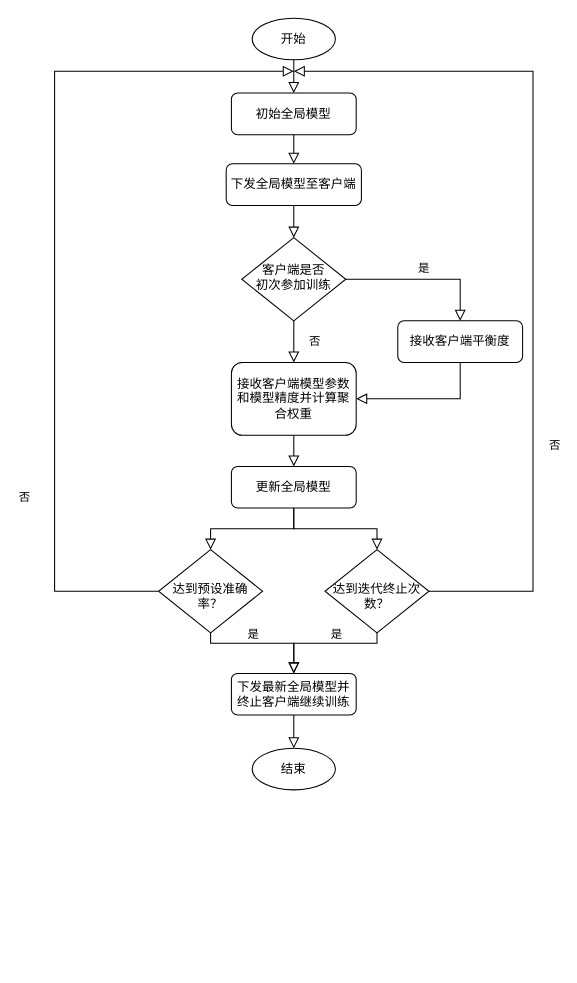
Before: page "图1" (1 of 2) of 流程图 的副本.drawio in xxzuo/drwa_io_repository, a draw.io diagram. Source tidied: cells renumbered, new cells numbered last; positions are measured from the earlier drawing's top-left corner, leaving out a move shared by most shapes. Both pictures are drawn from the tidied source at 104%, with x=0, y=0 at pixel (54, 18).
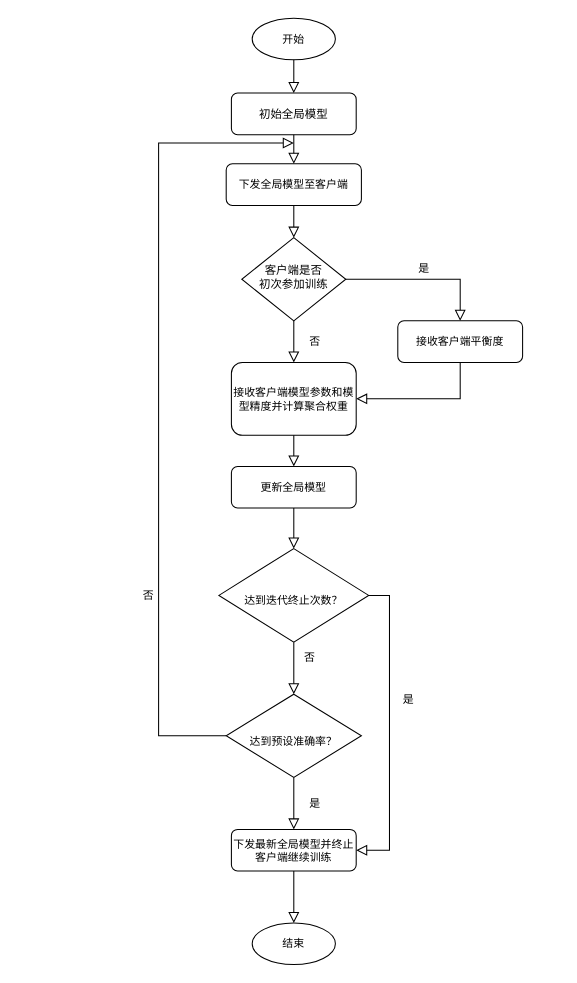
After the change.

Diff of the diagram source:
```diff
@@
-    <mxCell id="2" value="初始全局模型" style="rounded=1;whiteSpace=wrap;html=1;fontSize=12;glass=0;strokeWidth=1;shadow=0;" parent="1" vertex="1">
+    <mxCell id="2" value="&lt;font style=&quot;font-size: 11px;&quot;&gt;初始全局模型&lt;/font&gt;" style="rounded=1;whiteSpace=wrap;html=1;fontSize=10.5;glass=0;strokeWidth=1;shadow=0;" parent="1" vertex="1">
       <mxGeometry x="170" y="72" width="120" height="40" as="geometry" />
     </mxCell>
-    <mxCell id="3" value="否" style="rounded=0;html=1;jettySize=auto;fontSize=11;endArrow=block;endFill=0;endSize=8;strokeWidth=1;shadow=0;labelBackgroundColor=none;edgeStyle=orthogonalEdgeStyle;entryX=0.5;entryY=0;entryDx=0;entryDy=0;" parent="1" edge="1" source="5" target="13">
+    <mxCell id="3" value="否" style="rounded=0;html=1;jettySize=auto;fontSize=10.5;endArrow=block;endFill=0;endSize=8;strokeWidth=1;shadow=0;labelBackgroundColor=none;edgeStyle=orthogonalEdgeStyle;entryX=0.5;entryY=0;entryDx=0;entryDy=0;" parent="1" edge="1" source="5" target="13">
       <mxGeometry y="20" relative="1" as="geometry" />
     </mxCell>
-    <mxCell id="4" value="是" style="edgeStyle=orthogonalEdgeStyle;rounded=0;html=1;jettySize=auto;fontSize=11;endArrow=block;endFill=0;endSize=8;strokeWidth=1;shadow=0;labelBackgroundColor=none;entryX=0.5;entryY=0;entryDx=0;entryDy=0;" parent="1" edge="1" source="5" target="12">
+    <mxCell id="4" value="是" style="edgeStyle=orthogonalEdgeStyle;rounded=0;html=1;jettySize=auto;fontSize=10.5;endArrow=block;endFill=0;endSize=8;strokeWidth=1;shadow=0;labelBackgroundColor=none;entryX=0.5;entryY=0;entryDx=0;entryDy=0;" parent="1" edge="1" source="5" target="12">
       <mxGeometry y="10" relative="1" as="geometry" />
     </mxCell>
-    <mxCell id="5" value="客户端是否&lt;br&gt;初次参加训练" style="rhombus;whiteSpace=wrap;html=1;shadow=0;fontFamily=Helvetica;fontSize=12;align=center;strokeWidth=1;spacing=6;spacingTop=-4;" parent="1" vertex="1">
+    <mxCell id="5" value="&lt;font style=&quot;font-size: 11px;&quot;&gt;客户端是否&lt;br style=&quot;font-size: 11px;&quot;&gt;初次参加训练&lt;/font&gt;" style="rhombus;whiteSpace=wrap;html=1;shadow=0;fontFamily=Helvetica;fontSize=10.5;align=center;strokeWidth=1;spacing=6;spacingTop=-4;" parent="1" vertex="1">
       <mxGeometry x="180" y="211" width="100" height="80" as="geometry" />
     </mxCell>
-    <mxCell id="6" value="开始" style="ellipse;whiteSpace=wrap;html=1;" parent="1" vertex="1">
+    <mxCell id="6" value="&lt;font style=&quot;font-size: 10.5px;&quot;&gt;开始&lt;/font&gt;" style="ellipse;whiteSpace=wrap;html=1;fontSize=10.5;" parent="1" vertex="1">
       <mxGeometry x="190" width="80" height="40" as="geometry" />
     </mxCell>
-    <mxCell id="7" style="rounded=0;html=1;jettySize=auto;fontSize=11;endArrow=block;endFill=0;endSize=8;strokeWidth=1;shadow=0;labelBackgroundColor=none;edgeStyle=orthogonalEdgeStyle;entryX=0.5;entryY=0;entryDx=0;entryDy=0;exitX=0.5;exitY=1;exitDx=0;exitDy=0;" parent="1" edge="1" source="6" target="2">
+    <mxCell id="7" style="rounded=0;html=1;jettySize=auto;fontSize=10.5;endArrow=block;endFill=0;endSize=8;strokeWidth=1;shadow=0;labelBackgroundColor=none;edgeStyle=orthogonalEdgeStyle;entryX=0.5;entryY=0;entryDx=0;entryDy=0;exitX=0.5;exitY=1;exitDx=0;exitDy=0;" parent="1" edge="1" source="6" target="2">
       <mxGeometry relative="1" as="geometry" />
     </mxCell>
-    <mxCell id="8" value="下发全局模型至客户端" style="rounded=1;whiteSpace=wrap;html=1;fontSize=12;glass=0;strokeWidth=1;shadow=0;" parent="1" vertex="1">
+    <mxCell id="8" value="下发全局模型至客户端" style="rounded=1;whiteSpace=wrap;html=1;fontSize=10.5;glass=0;strokeWidth=1;shadow=0;" parent="1" vertex="1">
       <mxGeometry x="165" y="140" width="130" height="40" as="geometry" />
     </mxCell>
-    <mxCell id="9" style="rounded=0;html=1;jettySize=auto;fontSize=11;endArrow=block;endFill=0;endSize=8;strokeWidth=1;shadow=0;labelBackgroundColor=none;edgeStyle=orthogonalEdgeStyle;exitX=0.5;exitY=1;exitDx=0;exitDy=0;entryX=0.5;entryY=0;entryDx=0;entryDy=0;" parent="1" edge="1" source="2" target="8">
+    <mxCell id="9" style="rounded=0;html=1;jettySize=auto;fontSize=10.5;endArrow=block;endFill=0;endSize=8;strokeWidth=1;shadow=0;labelBackgroundColor=none;edgeStyle=orthogonalEdgeStyle;exitX=0.5;exitY=1;exitDx=0;exitDy=0;entryX=0.5;entryY=0;entryDx=0;entryDy=0;" parent="1" edge="1" source="2" target="8">
       <mxGeometry relative="1" as="geometry" />
     </mxCell>
-    <mxCell id="10" style="rounded=0;html=1;jettySize=auto;fontSize=11;endArrow=block;endFill=0;endSize=8;strokeWidth=1;shadow=0;labelBackgroundColor=none;edgeStyle=orthogonalEdgeStyle;exitX=0.5;exitY=1;exitDx=0;exitDy=0;entryX=0.5;entryY=0;entryDx=0;entryDy=0;" parent="1" edge="1" source="8" target="5">
+    <mxCell id="10" style="rounded=0;html=1;jettySize=auto;fontSize=10.5;endArrow=block;endFill=0;endSize=8;strokeWidth=1;shadow=0;labelBackgroundColor=none;edgeStyle=orthogonalEdgeStyle;exitX=0.5;exitY=1;exitDx=0;exitDy=0;entryX=0.5;entryY=0;entryDx=0;entryDy=0;" parent="1" edge="1" source="8" target="5">
       <mxGeometry relative="1" as="geometry" />
     </mxCell>
-    <mxCell id="11" style="edgeStyle=orthogonalEdgeStyle;rounded=0;jettySize=auto;html=1;exitX=0.5;exitY=1;exitDx=0;exitDy=0;entryX=1;entryY=0.5;entryDx=0;entryDy=0;labelBackgroundColor=none;endArrow=block;endFill=0;endSize=8;strokeWidth=1;shadow=0;" parent="1" edge="1" source="12" target="13">
+    <mxCell id="11" style="edgeStyle=orthogonalEdgeStyle;rounded=0;jettySize=auto;html=1;exitX=0.5;exitY=1;exitDx=0;exitDy=0;entryX=1;entryY=0.5;entryDx=0;entryDy=0;labelBackgroundColor=none;endArrow=block;endFill=0;endSize=8;strokeWidth=1;shadow=0;fontSize=10.5;" parent="1" edge="1" source="12" target="13">
       <mxGeometry relative="1" as="geometry" />
     </mxCell>
-    <mxCell id="12" value="接收客户端平衡度" style="rounded=1;whiteSpace=wrap;html=1;fontSize=12;glass=0;strokeWidth=1;shadow=0;" parent="1" vertex="1">
+    <mxCell id="12" value="接收客户端平衡度" style="rounded=1;whiteSpace=wrap;html=1;fontSize=10.5;glass=0;strokeWidth=1;shadow=0;" parent="1" vertex="1">
       <mxGeometry x="330" y="291" width="120" height="40" as="geometry" />
     </mxCell>
-    <mxCell id="13" value="接收客户端模型参数和模型精度并计算聚合权重" style="rounded=1;whiteSpace=wrap;html=1;fontSize=12;glass=0;strokeWidth=1;shadow=0;" parent="1" vertex="1">
+    <mxCell id="13" value="接收客户端模型参数和模型精度并计算聚合权重" style="rounded=1;whiteSpace=wrap;html=1;fontSize=10.5;glass=0;strokeWidth=1;shadow=0;" parent="1" vertex="1">
       <mxGeometry x="170" y="331" width="120" height="70" as="geometry" />
     </mxCell>
+    <mxCell id="31" style="edgeStyle=orthogonalEdgeStyle;rounded=0;jettySize=auto;html=1;exitX=0.5;exitY=1;exitDx=0;exitDy=0;entryX=0.5;entryY=0;entryDx=0;entryDy=0;endSize=8;endArrow=block;endFill=0;fontSize=10.5;" parent="1" edge="1" source="14" target="25">
+      <mxGeometry relative="1" as="geometry" />
+    </mxCell>
-    <mxCell id="14" value="更新全局模型" style="rounded=1;whiteSpace=wrap;html=1;fontSize=12;glass=0;strokeWidth=1;shadow=0;" parent="1" vertex="1">
+    <mxCell id="14" value="更新全局模型" style="rounded=1;whiteSpace=wrap;html=1;fontSize=10.5;glass=0;strokeWidth=1;shadow=0;" parent="1" vertex="1">
       <mxGeometry x="170" y="431" width="120" height="40" as="geometry" />
     </mxCell>
-    <mxCell id="15" style="rounded=0;html=1;jettySize=auto;fontSize=11;endArrow=block;endFill=0;endSize=8;strokeWidth=1;shadow=0;labelBackgroundColor=none;edgeStyle=orthogonalEdgeStyle;entryX=0.5;entryY=0;entryDx=0;entryDy=0;exitX=0.5;exitY=1;exitDx=0;exitDy=0;" parent="1" edge="1" source="13" target="14">
+    <mxCell id="15" style="rounded=0;html=1;jettySize=auto;fontSize=10.5;endArrow=block;endFill=0;endSize=8;strokeWidth=1;shadow=0;labelBackgroundColor=none;edgeStyle=orthogonalEdgeStyle;entryX=0.5;entryY=0;entryDx=0;entryDy=0;exitX=0.5;exitY=1;exitDx=0;exitDy=0;" parent="1" edge="1" source="13" target="14">
       <mxGeometry relative="1" as="geometry" />
     </mxCell>
-    <mxCell id="16" style="edgeStyle=orthogonalEdgeStyle;rounded=0;jettySize=auto;html=1;exitX=0.5;exitY=1;exitDx=0;exitDy=0;entryX=0.5;entryY=0;entryDx=0;entryDy=0;labelBackgroundColor=none;endArrow=block;endFill=0;endSize=8;strokeWidth=1;shadow=0;" parent="1" edge="1" source="20" target="28">
-      <mxGeometry relative="1" as="geometry">
-        <Array as="points">
-          <mxPoint x="150" y="601" />
-          <mxPoint x="230" y="601" />
-        </Array>
-      </mxGeometry>
+    <mxCell id="16" style="edgeStyle=orthogonalEdgeStyle;rounded=0;jettySize=auto;html=1;exitX=0.5;exitY=1;exitDx=0;exitDy=0;entryX=0.5;entryY=0;entryDx=0;entryDy=0;endSize=8;endArrow=block;endFill=0;fontSize=10.5;" parent="1" edge="1" source="20" target="28">
+      <mxGeometry relative="1" as="geometry" />
     </mxCell>
-    <mxCell id="17" value="是" style="edgeLabel;html=1;align=center;verticalAlign=middle;" parent="16" vertex="1">
-      <mxGeometry x="-0.02" relative="1" as="geometry">
-        <mxPoint x="-8" y="-10" as="offset" />
-      </mxGeometry>
-    </mxCell>
-    <mxCell id="18" style="edgeStyle=orthogonalEdgeStyle;rounded=0;jettySize=auto;html=1;exitX=0;exitY=0.5;exitDx=0;exitDy=0;labelBackgroundColor=none;endArrow=block;endFill=0;endSize=8;strokeWidth=1;shadow=0;" parent="1" edge="1" source="20">
-      <mxGeometry relative="1" as="geometry">
-        <mxPoint x="230" y="51" as="targetPoint" />
-        <Array as="points">
-          <mxPoint y="551" />
-          <mxPoint y="51" />
-        </Array>
-      </mxGeometry>
-    </mxCell>
-    <mxCell id="19" value="否" style="edgeLabel;html=1;align=center;verticalAlign=middle;" parent="18" vertex="1">
-      <mxGeometry x="-0.5" y="-2" relative="1" as="geometry">
-        <mxPoint x="-32" y="17" as="offset" />
-      </mxGeometry>
-    </mxCell>
+    <mxCell id="32" style="edgeStyle=orthogonalEdgeStyle;rounded=0;jettySize=auto;html=1;exitX=0;exitY=0.5;exitDx=0;exitDy=0;endSize=8;endArrow=block;endFill=0;fontSize=10.5;" parent="1" edge="1" source="20">
+      <mxGeometry relative="1" as="geometry">
+        <mxPoint x="230" y="120" as="targetPoint" />
+        <Array as="points">
+          <mxPoint x="100" y="690" />
+          <mxPoint x="100" y="120" />
+        </Array>
+      </mxGeometry>
+    </mxCell>
-    <mxCell id="20" value="&lt;br&gt;达到预设准确率？" style="rhombus;whiteSpace=wrap;html=1;shadow=0;fontFamily=Helvetica;fontSize=12;align=center;strokeWidth=1;spacing=6;spacingTop=-4;" parent="1" vertex="1">
-      <mxGeometry x="100" y="511" width="100" height="80" as="geometry" />
+    <mxCell id="20" value="&lt;br style=&quot;font-size: 10.5px;&quot;&gt;达到预设准确率？" style="rhombus;whiteSpace=wrap;html=1;shadow=0;fontFamily=Helvetica;fontSize=10.5;align=center;strokeWidth=1;spacing=6;spacingTop=-4;" parent="1" vertex="1">
+      <mxGeometry x="165" y="650" width="130" height="80" as="geometry" />
     </mxCell>
+    <mxCell id="33" style="edgeStyle=orthogonalEdgeStyle;rounded=0;jettySize=auto;html=1;exitX=0.5;exitY=1;exitDx=0;exitDy=0;entryX=0.5;entryY=0;entryDx=0;entryDy=0;endArrow=block;endFill=0;endSize=8;fontSize=10.5;" parent="1" edge="1" source="25" target="20">
+      <mxGeometry relative="1" as="geometry" />
+    </mxCell>
-    <mxCell id="21" style="edgeStyle=orthogonalEdgeStyle;rounded=0;jettySize=auto;html=1;exitX=0.5;exitY=1;exitDx=0;exitDy=0;entryX=0.5;entryY=0;entryDx=0;entryDy=0;labelBackgroundColor=none;endArrow=block;endFill=0;endSize=8;strokeWidth=1;shadow=0;" parent="1" edge="1" source="25" target="28">
-      <mxGeometry relative="1" as="geometry">
-        <Array as="points">
-          <mxPoint x="310" y="601" />
-          <mxPoint x="230" y="601" />
-        </Array>
-      </mxGeometry>
+    <mxCell id="21" style="edgeStyle=orthogonalEdgeStyle;rounded=0;jettySize=auto;html=1;exitX=1;exitY=0.5;exitDx=0;exitDy=0;entryX=1;entryY=0.5;entryDx=0;entryDy=0;endArrow=block;endFill=0;endSize=8;fontSize=10.5;" parent="1" edge="1" source="25" target="28">
+      <mxGeometry relative="1" as="geometry" />
     </mxCell>
-    <mxCell id="22" value="是" style="edgeLabel;html=1;align=center;verticalAlign=middle;" parent="21" vertex="1">
-      <mxGeometry x="-0.04" y="-2" relative="1" as="geometry">
-        <mxPoint x="7" y="-8" as="offset" />
-      </mxGeometry>
-    </mxCell>
-    <mxCell id="23" style="edgeStyle=orthogonalEdgeStyle;rounded=0;jettySize=auto;html=1;exitX=1;exitY=0.5;exitDx=0;exitDy=0;labelBackgroundColor=none;endArrow=block;endFill=0;endSize=8;strokeWidth=1;shadow=0;" parent="1" edge="1" source="25">
-      <mxGeometry relative="1" as="geometry">
-        <mxPoint x="230" y="51" as="targetPoint" />
-        <Array as="points">
-          <mxPoint x="460" y="551" />
-          <mxPoint x="460" y="51" />
-        </Array>
-      </mxGeometry>
-    </mxCell>
-    <mxCell id="24" value="否" style="edgeLabel;html=1;align=center;verticalAlign=middle;" parent="23" vertex="1">
-      <mxGeometry x="-0.01" y="1" relative="1" as="geometry">
-        <mxPoint x="21" y="170" as="offset" />
-      </mxGeometry>
-    </mxCell>
-    <mxCell id="25" value="&lt;br&gt;达到迭代终止次数？" style="rhombus;whiteSpace=wrap;html=1;shadow=0;fontFamily=Helvetica;fontSize=12;align=center;strokeWidth=1;spacing=6;spacingTop=-4;" parent="1" vertex="1">
-      <mxGeometry x="260" y="511" width="100" height="80" as="geometry" />
+    <mxCell id="25" value="&lt;br style=&quot;font-size: 10.5px;&quot;&gt;达到迭代终止次数？" style="rhombus;whiteSpace=wrap;html=1;shadow=0;fontFamily=Helvetica;fontSize=10.5;align=center;strokeWidth=1;spacing=6;spacingTop=-4;" parent="1" vertex="1">
+      <mxGeometry x="158" y="510" width="144" height="90" as="geometry" />
     </mxCell>
-    <mxCell id="26" style="rounded=0;html=1;jettySize=auto;fontSize=11;endArrow=block;endFill=0;endSize=8;strokeWidth=1;shadow=0;labelBackgroundColor=none;edgeStyle=orthogonalEdgeStyle;entryX=0.5;entryY=0;entryDx=0;entryDy=0;" parent="1" edge="1" target="20">
-      <mxGeometry relative="1" as="geometry">
-        <mxPoint x="229.9" y="471" as="sourcePoint" />
-        <Array as="points">
-          <mxPoint x="230" y="491" />
-          <mxPoint x="150" y="491" />
-        </Array>
-      </mxGeometry>
-    </mxCell>
-    <mxCell id="27" style="rounded=0;html=1;jettySize=auto;fontSize=11;endArrow=block;endFill=0;endSize=8;strokeWidth=1;shadow=0;labelBackgroundColor=none;edgeStyle=orthogonalEdgeStyle;entryX=0.5;entryY=0;entryDx=0;entryDy=0;" parent="1" edge="1" target="25">
-      <mxGeometry relative="1" as="geometry">
-        <mxPoint x="230" y="471" as="sourcePoint" />
-        <Array as="points">
-          <mxPoint x="230" y="491" />
-          <mxPoint x="310" y="491" />
-        </Array>
-      </mxGeometry>
-    </mxCell>
-    <mxCell id="28" value="下发最新全局模型并终止客户端继续训练" style="rounded=1;whiteSpace=wrap;html=1;fontSize=12;glass=0;strokeWidth=1;shadow=0;" parent="1" vertex="1">
-      <mxGeometry x="170" y="630" width="120" height="40" as="geometry" />
+    <mxCell id="28" value="下发最新全局模型并终止客户端继续训练" style="rounded=1;whiteSpace=wrap;html=1;fontSize=10.5;glass=0;strokeWidth=1;shadow=0;" parent="1" vertex="1">
+      <mxGeometry x="170" y="780" width="120" height="40" as="geometry" />
     </mxCell>
-    <mxCell id="29" value="结束" style="ellipse;whiteSpace=wrap;html=1;" parent="1" vertex="1">
-      <mxGeometry x="190" y="702" width="80" height="40" as="geometry" />
+    <mxCell id="29" value="结束" style="ellipse;whiteSpace=wrap;html=1;fontSize=10.5;" parent="1" vertex="1">
+      <mxGeometry x="190" y="870" width="80" height="40" as="geometry" />
     </mxCell>
-    <mxCell id="30" style="rounded=0;html=1;jettySize=auto;fontSize=11;endArrow=block;endFill=0;endSize=8;strokeWidth=1;shadow=0;labelBackgroundColor=none;edgeStyle=orthogonalEdgeStyle;entryX=0.5;entryY=0;entryDx=0;entryDy=0;exitX=0.5;exitY=1;exitDx=0;exitDy=0;" parent="1" edge="1" source="28" target="29">
+    <mxCell id="30" style="rounded=0;html=1;jettySize=auto;fontSize=10.5;endArrow=block;endFill=0;endSize=8;strokeWidth=1;shadow=0;labelBackgroundColor=none;edgeStyle=orthogonalEdgeStyle;entryX=0.5;entryY=0;entryDx=0;entryDy=0;exitX=0.5;exitY=1;exitDx=0;exitDy=0;" parent="1" edge="1" source="28" target="29">
       <mxGeometry relative="1" as="geometry" />
     </mxCell>
+    <mxCell id="34" value="否" style="text;html=1;align=center;verticalAlign=middle;strokeColor=none;fillColor=none;fontSize=10.5;" parent="1" vertex="1">
+      <mxGeometry x="225" y="600" width="40" height="30" as="geometry" />
+    </mxCell>
+    <mxCell id="35" value="是" style="text;html=1;align=center;verticalAlign=middle;strokeColor=none;fillColor=none;fontSize=10.5;" parent="1" vertex="1">
+      <mxGeometry x="230" y="740" width="40" height="30" as="geometry" />
+    </mxCell>
+    <mxCell id="36" value="是" style="text;html=1;align=center;verticalAlign=middle;strokeColor=none;fillColor=none;fontSize=10.5;" parent="1" vertex="1">
+      <mxGeometry x="320" y="640" width="40" height="30" as="geometry" />
+    </mxCell>
+    <mxCell id="37" value="否" style="text;html=1;align=center;verticalAlign=middle;strokeColor=none;fillColor=none;fontSize=10.5;" parent="1" vertex="1">
+      <mxGeometry x="70" y="540" width="40" height="30" as="geometry" />
+    </mxCell>
```
